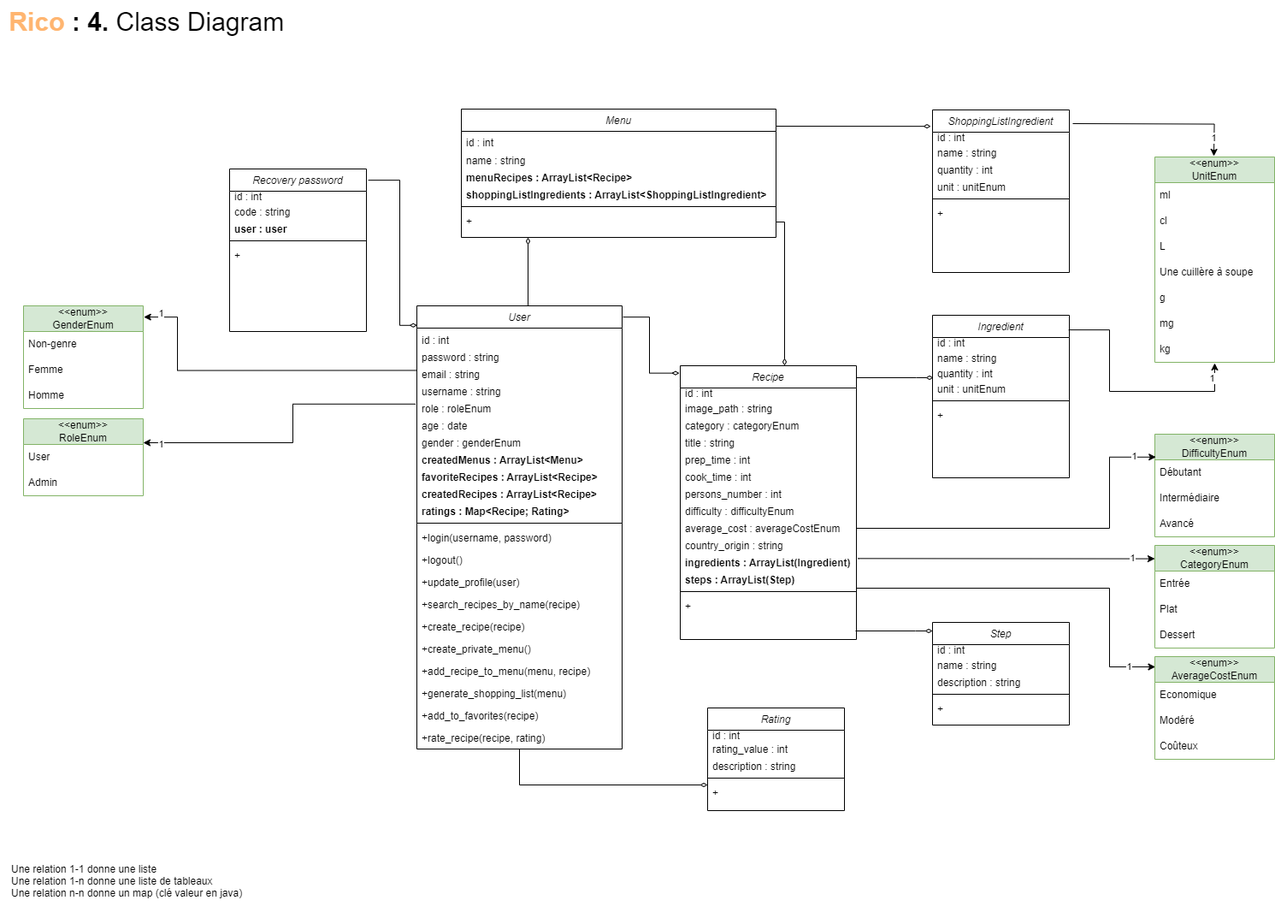
Above: conception/Class_Diagram.drawio.png in saracruzfdez/ricoCda (draw.io), before the change. Source tidied: cells renumbered, new cells last; positions are measured from the earlier drawing's top-left corner, leaving out a move shared by most shapes.
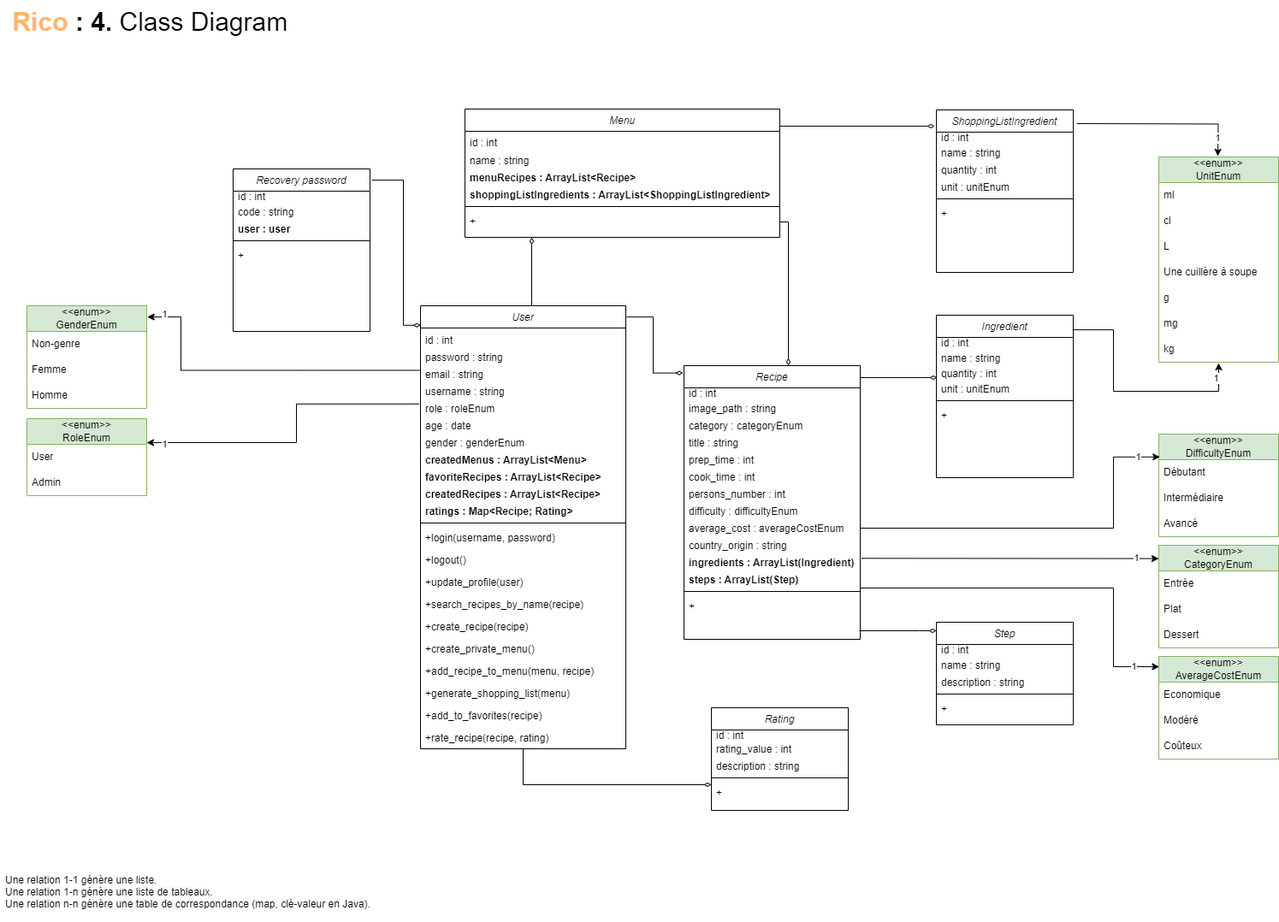
Later version of the same file.

Commit message:
Feat(Conception): Adding Actitvity Flow Diagram and Sequence Diagram

Change to the diagram source:
```diff
@@ -469,8 +469,8 @@
         <mxPoint x="-40" y="32" as="offset" />
       </mxGeometry>
     </mxCell>
-    <mxCell id="127" value="Une relation 1-1 donne une liste&#10;Une relation 1-n donne une liste de tableaux&#10;Une relation n-n donne un map (clé valeur en java)" style="text;align=left;verticalAlign=top;spacingLeft=4;spacingRight=4;overflow=hidden;" parent="1" vertex="1">
-      <mxGeometry x="7" y="1002" width="300" height="60" as="geometry" />
+    <mxCell id="127" value="Une relation 1-1 génère une liste.&#10;Une relation 1-n génère une liste de tableaux.&#10;Une relation n-n génère une table de correspondance (map, clé-valeur en Java)." style="text;align=left;verticalAlign=top;spacingLeft=4;spacingRight=4;overflow=hidden;" parent="1" vertex="1">
+      <mxGeometry x="-4" y="1015" width="490" height="60" as="geometry" />
     </mxCell>
     <mxCell id="128" style="endArrow=diamondThin;shadow=0;strokeWidth=1;rounded=0;endFill=0;edgeStyle=elbowEdgeStyle;elbow=horizontal;startArrow=none;startFill=0;sourcePerimeterSpacing=0;entryX=0.592;entryY=0;entryDx=0;entryDy=0;entryPerimeter=0;" parent="1" edge="1" target="25">
       <mxGeometry x="0.5" y="41" relative="1" as="geometry">
```
